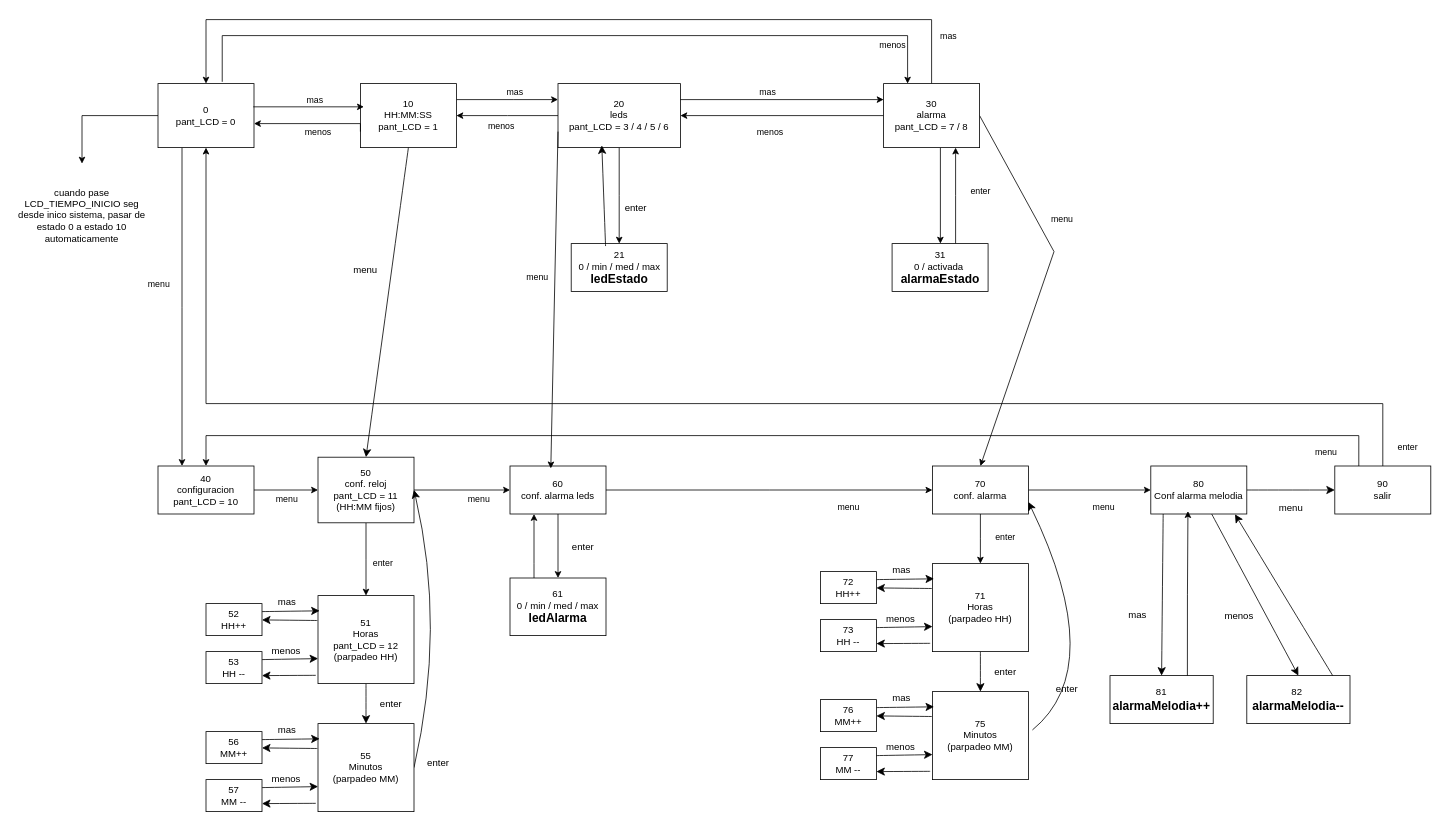
Above: page "menu - maqEstados" (3 of 3) of despertadorSolar.drawio in jormiDev/despertadorSolar (draw.io), before the change. Source tidied: cells renumbered, new cells numbered last; positions are measured from the earlier drawing's top-left corner, leaving out a move shared by most shapes. Both pictures are drawn from the tidied source at 80%, with x=0, y=0 at pixel (14, 19).
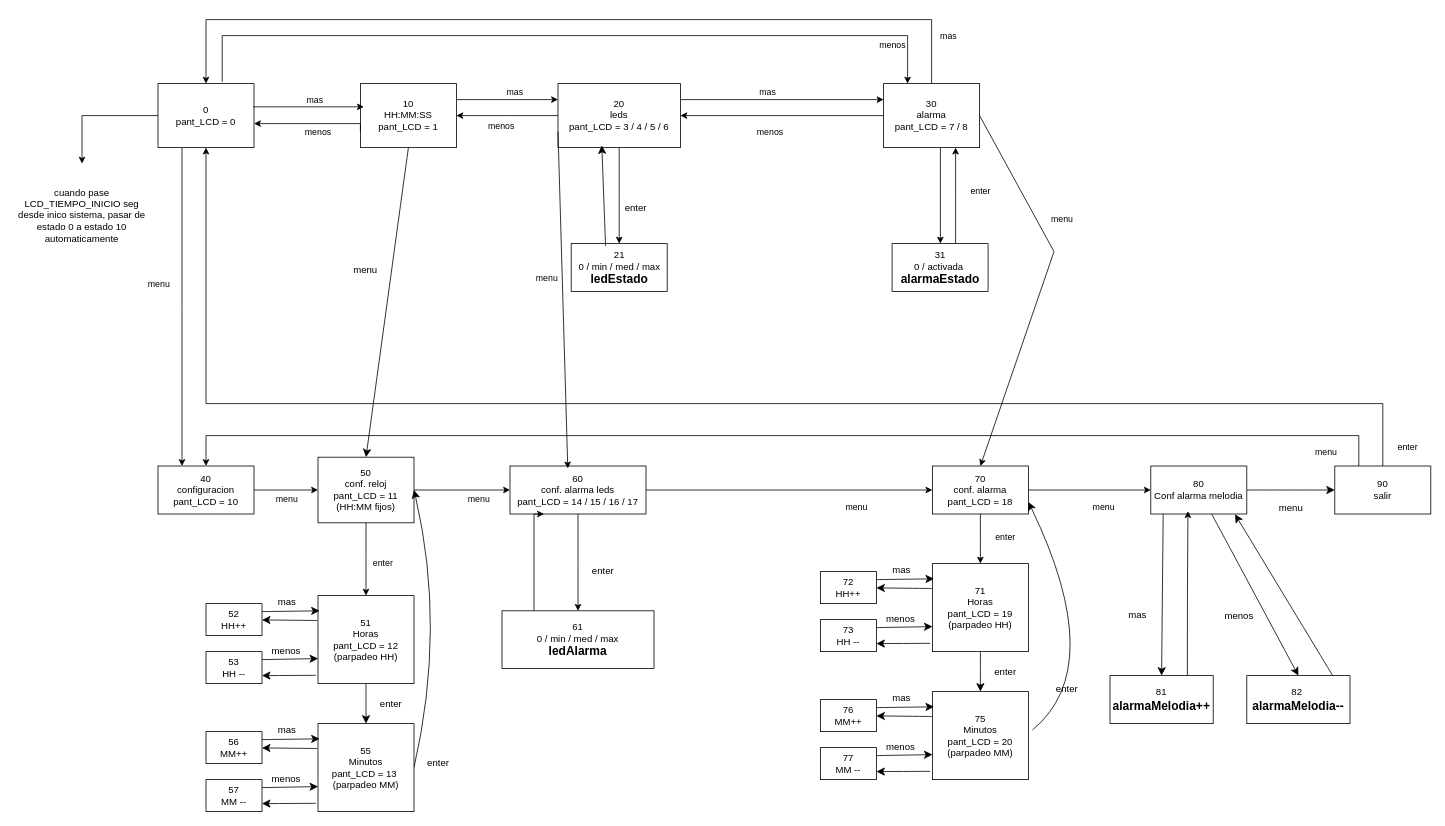
The same page after the edit.

Commit message (it also covers changes not shown here):
20260620 lcd_test funciones: 12 (sin parpadeo), 13 (sin parpadeo), 14, 15, 16, 17, 18, 19, 20

Change to the diagram source:
```diff
@@
-    <mxCell id="46" value="60&lt;br&gt;&lt;div&gt;conf. alarma leds&lt;/div&gt;" style="rounded=0;whiteSpace=wrap;html=1;" parent="1" vertex="1">
-      <mxGeometry x="620" y="558" width="120" height="60" as="geometry" />
+    <mxCell id="46" value="60&lt;br&gt;&lt;div&gt;conf. alarma leds&lt;/div&gt;&lt;div&gt;pant_LCD = 14 / 15 / 16 / 17&lt;/div&gt;" style="rounded=0;whiteSpace=wrap;html=1;" parent="1" vertex="1">
+      <mxGeometry x="620" y="558" width="170" height="60" as="geometry" />
     </mxCell>
@@
-    <mxCell id="55" value="70&lt;div&gt;conf. alarma&lt;/div&gt;" style="rounded=0;whiteSpace=wrap;html=1;" parent="1" vertex="1">
+    <mxCell id="55" value="70&lt;div&gt;conf. alarma&lt;/div&gt;&lt;div&gt;pant_LCD = 18&lt;/div&gt;" style="rounded=0;whiteSpace=wrap;html=1;" parent="1" vertex="1">
       <mxGeometry x="1148" y="558" width="120" height="60" as="geometry" />
     </mxCell>
@@
     <mxCell id="68" style="edgeStyle=orthogonalEdgeStyle;rounded=0;jettySize=auto;html=1;entryX=0.25;entryY=1;entryDx=0;entryDy=0;" parent="1" edge="1" source="69" target="46">
       <mxGeometry relative="1" as="geometry">
         <Array as="points">
-          <mxPoint x="650" y="680" />
-          <mxPoint x="650" y="680" />
+          <mxPoint x="650" y="618" />
         </Array>
       </mxGeometry>
     </mxCell>
     <mxCell id="69" value="61&lt;div&gt;0 / min / med / max&lt;/div&gt;&lt;div&gt;&lt;b&gt;&lt;font style=&quot;font-size: 15px;&quot;&gt;ledAlarma&lt;/font&gt;&lt;/b&gt;&lt;/div&gt;" style="whiteSpace=wrap;html=1;rounded=0;" parent="1" vertex="1">
-      <mxGeometry x="620" y="698" width="120" height="72" as="geometry" />
+      <mxGeometry x="610" y="739" width="190" height="72" as="geometry" />
     </mxCell>
@@
-    <mxCell id="80" value="55&lt;div&gt;Minutos&lt;div&gt;(parpadeo MM)&lt;/div&gt;&lt;/div&gt;" style="whiteSpace=wrap;html=1;rounded=0;" parent="1" vertex="1">
+    <mxCell id="80" value="55&lt;div&gt;Minutos&lt;/div&gt;&lt;div&gt;pant_LCD = 13&amp;nbsp;&lt;br&gt;&lt;div&gt;(parpadeo MM)&lt;/div&gt;&lt;/div&gt;" style="whiteSpace=wrap;html=1;rounded=0;" parent="1" vertex="1">
       <mxGeometry x="380" y="880" width="120" height="110" as="geometry" />
     </mxCell>
@@
-    <mxCell id="91" value="71&lt;div&gt;&lt;div&gt;Horas&lt;/div&gt;&lt;div&gt;(parpadeo HH)&lt;/div&gt;&lt;/div&gt;" style="whiteSpace=wrap;html=1;rounded=0;" parent="1" vertex="1">
+    <mxCell id="91" value="71&lt;div&gt;&lt;div&gt;Horas&lt;/div&gt;&lt;div&gt;pant_LCD = 19&lt;/div&gt;&lt;div&gt;(parpadeo HH)&lt;/div&gt;&lt;/div&gt;" style="whiteSpace=wrap;html=1;rounded=0;" parent="1" vertex="1">
       <mxGeometry x="1148" y="680" width="120" height="110" as="geometry" />
     </mxCell>
@@
-    <mxCell id="102" value="75&lt;div&gt;Minutos&lt;div&gt;(parpadeo MM)&lt;/div&gt;&lt;/div&gt;" style="whiteSpace=wrap;html=1;rounded=0;" parent="1" vertex="1">
+    <mxCell id="102" value="75&lt;div&gt;Minutos&lt;/div&gt;&lt;div&gt;pant_LCD = 20&lt;/div&gt;&lt;div&gt;&lt;div&gt;(parpadeo MM)&lt;/div&gt;&lt;/div&gt;" style="whiteSpace=wrap;html=1;rounded=0;" parent="1" vertex="1">
       <mxGeometry x="1148" y="840" width="120" height="110" as="geometry" />
     </mxCell>
```
